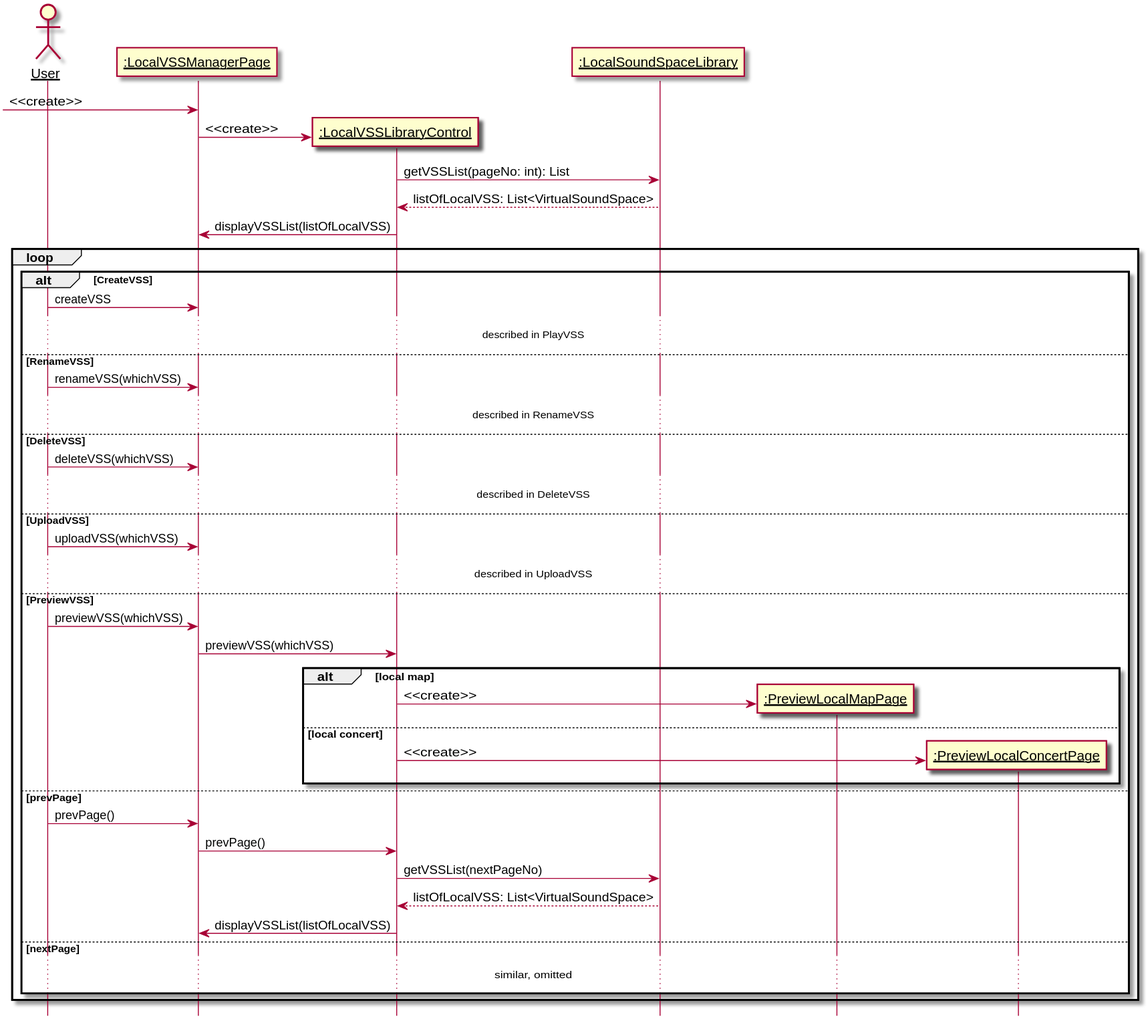
Earlier version of the PlantUML export 设计/Diagrams/ManageLocalVSSLibrary.svg (kpp19920121/doc). Its diagram source:
```plantuml
@startuml Diagrams/ManageLocalVSSLibrary
hide footbox
skinparam sequenceParticipant underline

actor User as user
participant ":LocalVSSManagerPage" as boundary
participant ":LocalVSSLibraryControl" as control
participant ":LocalSoundSpaceLibrary" as library

create boundary
[-> boundary: <<create>>
create control
boundary -> control: <<create>>
control -> library: getVSSList(pageNo: int): List
library --> control: listOfLocalVSS: List<VirtualSoundSpace>
control -> boundary: displayVSSList(listOfLocalVSS)

loop
    alt CreateVSS
        user -> boundary: createVSS
        ...described in PlayVSS...
    else RenameVSS
        user -> boundary: renameVSS(whichVSS)
        ...described in RenameVSS...
    else DeleteVSS
        user -> boundary: deleteVSS(whichVSS)
        ...described in DeleteVSS...
    else UploadVSS
        user -> boundary: uploadVSS(whichVSS)
        ...described in UploadVSS...
    else PreviewVSS
        user -> boundary: previewVSS(whichVSS)
        boundary -> control: previewVSS(whichVSS)
        alt local map
            participant ":PreviewLocalMapPage" as plmp
            create plmp
            control -> plmp: <<create>>

        else local concert
            participant ":PreviewLocalConcertPage" as plcp
            create plcp
            control -> plcp: <<create>>
        end
    else prevPage
        user -> boundary: prevPage()
        boundary -> control: prevPage()
        control -> library: getVSSList(nextPageNo)
        library --> control: listOfLocalVSS: List<VirtualSoundSpace>
        control -> boundary: displayVSSList(listOfLocalVSS)
    else nextPage
    ...similar, omitted...
    end
end
@enduml
```
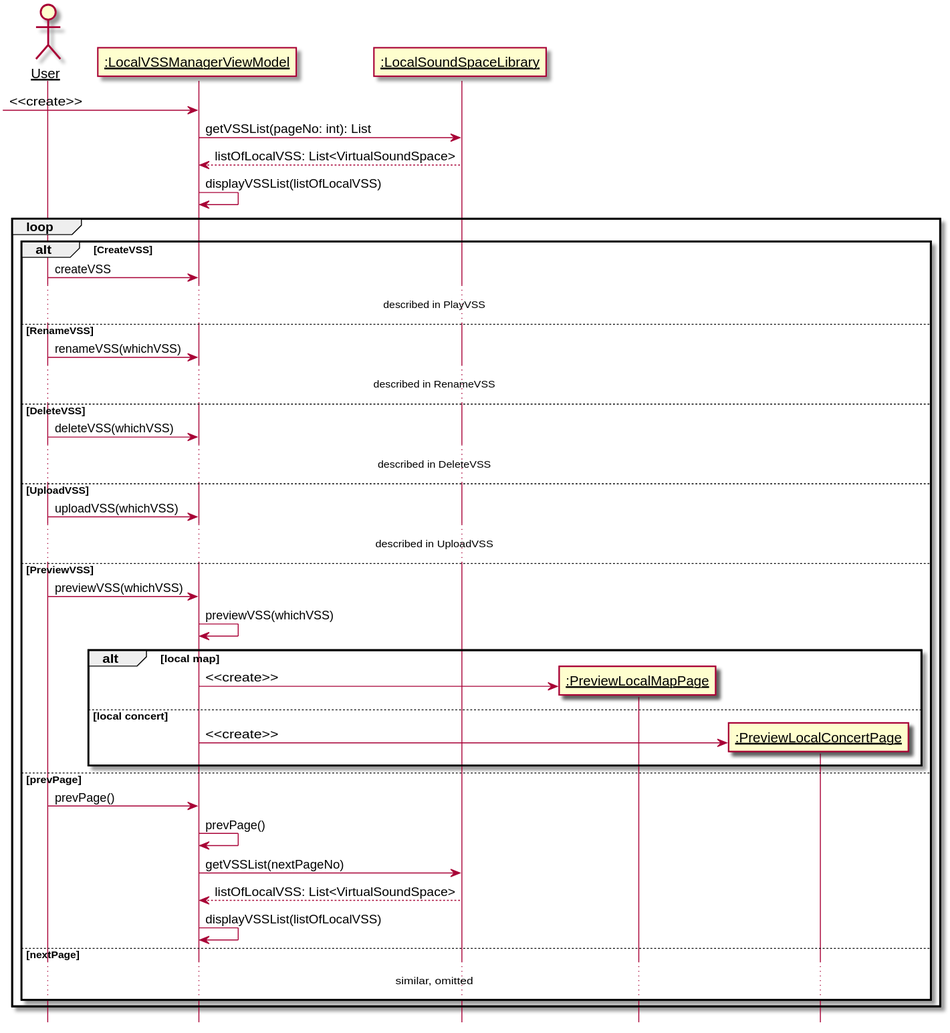
Later version of the same file.

Commit message:
完成LocalVSSManagerViewModel相关图例

What changed in the source:
```diff
@@ -3,17 +3,14 @@
 skinparam sequenceParticipant underline
 
 actor User as user
-participant ":LocalVSSManagerPage" as boundary
-participant ":LocalVSSLibraryControl" as control
+participant ":LocalVSSManagerViewModel" as boundary
 participant ":LocalSoundSpaceLibrary" as library
 
 create boundary
 [-> boundary: <<create>>
-create control
-boundary -> control: <<create>>
-control -> library: getVSSList(pageNo: int): List
-library --> control: listOfLocalVSS: List<VirtualSoundSpace>
-control -> boundary: displayVSSList(listOfLocalVSS)
+boundary -> library: getVSSList(pageNo: int): List
+library --> boundary: listOfLocalVSS: List<VirtualSoundSpace>
+boundary -> boundary: displayVSSList(listOfLocalVSS)
 
 loop
     alt CreateVSS
@@ -30,23 +27,23 @@
         ...described in UploadVSS...
     else PreviewVSS
         user -> boundary: previewVSS(whichVSS)
-        boundary -> control: previewVSS(whichVSS)
+        boundary -> boundary: previewVSS(whichVSS)
         alt local map
             participant ":PreviewLocalMapPage" as plmp
             create plmp
-            control -> plmp: <<create>>
+            boundary -> plmp: <<create>>
 
         else local concert
             participant ":PreviewLocalConcertPage" as plcp
             create plcp
-            control -> plcp: <<create>>
+            boundary -> plcp: <<create>>
         end
     else prevPage
         user -> boundary: prevPage()
-        boundary -> control: prevPage()
-        control -> library: getVSSList(nextPageNo)
-        library --> control: listOfLocalVSS: List<VirtualSoundSpace>
-        control -> boundary: displayVSSList(listOfLocalVSS)
+        boundary -> boundary: prevPage()
+        boundary -> library: getVSSList(nextPageNo)
+        library --> boundary: listOfLocalVSS: List<VirtualSoundSpace>
+        boundary -> boundary: displayVSSList(listOfLocalVSS)
     else nextPage
     ...similar, omitted...
     end
```
